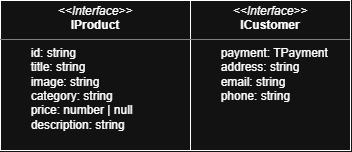
Earlier version of the draw.io export public/interfaces.png (viceede/weblarek). Source tidied: cells renumbered, new cells last; positions are measured from the earlier drawing's top-left corner, leaving out a move shared by most shapes. Source of this version:
```xml
<mxGraphModel>
  <root>
    <mxCell id="0" />
    <mxCell id="1" parent="0" />
    <mxCell id="2" value="&lt;p style=&quot;margin:0px;margin-top:4px;text-align:center;&quot;&gt;&lt;i&gt;&amp;lt;&amp;lt;Interface&amp;gt;&amp;gt;&lt;/i&gt;&lt;br&gt;&lt;b&gt;IProduct&lt;/b&gt;&lt;/p&gt;&lt;hr size=&quot;1&quot; style=&quot;border-style:solid;&quot;&gt;&lt;p style=&quot;margin:0px;margin-left:4px;&quot;&gt;&lt;span style=&quot;white-space: pre;&quot;&gt;&#9;&lt;/span&gt;id: string&lt;/p&gt;&lt;p style=&quot;margin:0px;margin-left:4px;&quot;&gt;&lt;span style=&quot;background-color: transparent; color: light-dark(rgb(0, 0, 0), rgb(255, 255, 255));&quot;&gt;&lt;span style=&quot;white-space: pre;&quot;&gt;&#9;&lt;/span&gt;title: string&lt;/span&gt;&lt;/p&gt;&lt;p style=&quot;margin:0px;margin-left:4px;&quot;&gt;&lt;span style=&quot;background-color: transparent; color: light-dark(rgb(0, 0, 0), rgb(255, 255, 255));&quot;&gt;&lt;span style=&quot;white-space: pre;&quot;&gt;&#9;&lt;/span&gt;image: string&lt;br&gt;&lt;/span&gt;&lt;/p&gt;&lt;p style=&quot;margin:0px;margin-left:4px;&quot;&gt;&lt;span style=&quot;background-color: transparent; color: light-dark(rgb(0, 0, 0), rgb(255, 255, 255));&quot;&gt;&lt;span style=&quot;white-space: pre;&quot;&gt;&#9;&lt;/span&gt;category: string&lt;br&gt;&lt;/span&gt;&lt;/p&gt;&lt;p style=&quot;margin:0px;margin-left:4px;&quot;&gt;&lt;span style=&quot;background-color: transparent; color: light-dark(rgb(0, 0, 0), rgb(255, 255, 255));&quot;&gt;&lt;span style=&quot;white-space: pre;&quot;&gt;&#9;&lt;/span&gt;price: number | null&lt;br&gt;&lt;/span&gt;&lt;/p&gt;&lt;p style=&quot;margin:0px;margin-left:4px;&quot;&gt;&lt;span style=&quot;background-color: transparent; color: light-dark(rgb(0, 0, 0), rgb(255, 255, 255));&quot;&gt;&lt;span style=&quot;white-space: pre;&quot;&gt;&#9;&lt;/span&gt;description: string&lt;br&gt;&lt;/span&gt;&lt;/p&gt;&lt;p style=&quot;margin:0px;margin-left:4px;&quot;&gt;&lt;span style=&quot;background-color: transparent; color: light-dark(rgb(0, 0, 0), rgb(255, 255, 255));&quot;&gt;&lt;span style=&quot;white-space: pre;&quot;&gt;&#9;&lt;/span&gt;&lt;br&gt;&lt;/span&gt;&lt;/p&gt;&lt;p style=&quot;margin:0px;margin-left:4px;&quot;&gt;&lt;br&gt;&lt;/p&gt;" style="verticalAlign=top;align=left;overflow=fill;html=1;whiteSpace=wrap;" parent="1" vertex="1">
      <mxGeometry width="190" height="150" as="geometry" />
    </mxCell>
    <mxCell id="3" value="&lt;p style=&quot;margin:0px;margin-top:4px;text-align:center;&quot;&gt;&lt;i&gt;&amp;lt;&amp;lt;Interface&amp;gt;&amp;gt;&lt;/i&gt;&lt;br&gt;&lt;b&gt;ICustomer&lt;/b&gt;&lt;/p&gt;&lt;hr size=&quot;1&quot; style=&quot;border-style:solid;&quot;&gt;&lt;p style=&quot;margin:0px;margin-left:4px;&quot;&gt;&lt;span style=&quot;white-space: pre;&quot;&gt;&#9;&lt;/span&gt;payment: TPayment&lt;br&gt;&lt;/p&gt;&lt;p style=&quot;margin:0px;margin-left:4px;&quot;&gt;&lt;span style=&quot;white-space: pre;&quot;&gt;&#9;&lt;/span&gt;address: string&lt;br&gt;&lt;/p&gt;&lt;p style=&quot;margin:0px;margin-left:4px;&quot;&gt;&lt;span style=&quot;white-space: pre;&quot;&gt;&#9;&lt;/span&gt;email: string&lt;br&gt;&lt;/p&gt;&lt;p style=&quot;margin:0px;margin-left:4px;&quot;&gt;&lt;span style=&quot;white-space: pre;&quot;&gt;&#9;&lt;/span&gt;phone: string&lt;br&gt;&lt;/p&gt;" style="verticalAlign=top;align=left;overflow=fill;html=1;whiteSpace=wrap;" parent="1" vertex="1">
      <mxGeometry x="190" width="160" height="150" as="geometry" />
    </mxCell>
  </root>
</mxGraphModel>
```
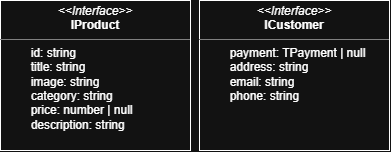
After the change.

What changed in the source:
```diff
@@ -2,11 +2,11 @@
   <root>
     <mxCell id="0" />
     <mxCell id="1" parent="0" />
-    <mxCell id="2" value="&lt;p style=&quot;margin:0px;margin-top:4px;text-align:center;&quot;&gt;&lt;i&gt;&amp;lt;&amp;lt;Interface&amp;gt;&amp;gt;&lt;/i&gt;&lt;br&gt;&lt;b&gt;IProduct&lt;/b&gt;&lt;/p&gt;&lt;hr size=&quot;1&quot; style=&quot;border-style:solid;&quot;&gt;&lt;p style=&quot;margin:0px;margin-left:4px;&quot;&gt;&lt;span style=&quot;white-space: pre;&quot;&gt;&#9;&lt;/span&gt;id: string&lt;/p&gt;&lt;p style=&quot;margin:0px;margin-left:4px;&quot;&gt;&lt;span style=&quot;background-color: transparent; color: light-dark(rgb(0, 0, 0), rgb(255, 255, 255));&quot;&gt;&lt;span style=&quot;white-space: pre;&quot;&gt;&#9;&lt;/span&gt;title: string&lt;/span&gt;&lt;/p&gt;&lt;p style=&quot;margin:0px;margin-left:4px;&quot;&gt;&lt;span style=&quot;background-color: transparent; color: light-dark(rgb(0, 0, 0), rgb(255, 255, 255));&quot;&gt;&lt;span style=&quot;white-space: pre;&quot;&gt;&#9;&lt;/span&gt;image: string&lt;br&gt;&lt;/span&gt;&lt;/p&gt;&lt;p style=&quot;margin:0px;margin-left:4px;&quot;&gt;&lt;span style=&quot;background-color: transparent; color: light-dark(rgb(0, 0, 0), rgb(255, 255, 255));&quot;&gt;&lt;span style=&quot;white-space: pre;&quot;&gt;&#9;&lt;/span&gt;category: string&lt;br&gt;&lt;/span&gt;&lt;/p&gt;&lt;p style=&quot;margin:0px;margin-left:4px;&quot;&gt;&lt;span style=&quot;background-color: transparent; color: light-dark(rgb(0, 0, 0), rgb(255, 255, 255));&quot;&gt;&lt;span style=&quot;white-space: pre;&quot;&gt;&#9;&lt;/span&gt;price: number | null&lt;br&gt;&lt;/span&gt;&lt;/p&gt;&lt;p style=&quot;margin:0px;margin-left:4px;&quot;&gt;&lt;span style=&quot;background-color: transparent; color: light-dark(rgb(0, 0, 0), rgb(255, 255, 255));&quot;&gt;&lt;span style=&quot;white-space: pre;&quot;&gt;&#9;&lt;/span&gt;description: string&lt;br&gt;&lt;/span&gt;&lt;/p&gt;&lt;p style=&quot;margin:0px;margin-left:4px;&quot;&gt;&lt;span style=&quot;background-color: transparent; color: light-dark(rgb(0, 0, 0), rgb(255, 255, 255));&quot;&gt;&lt;span style=&quot;white-space: pre;&quot;&gt;&#9;&lt;/span&gt;&lt;br&gt;&lt;/span&gt;&lt;/p&gt;&lt;p style=&quot;margin:0px;margin-left:4px;&quot;&gt;&lt;br&gt;&lt;/p&gt;" style="verticalAlign=top;align=left;overflow=fill;html=1;whiteSpace=wrap;" parent="1" vertex="1">
+    <mxCell id="2" value="&lt;p style=&quot;margin:0px;margin-top:4px;text-align:center;&quot;&gt;&lt;i&gt;&amp;lt;&amp;lt;Interface&amp;gt;&amp;gt;&lt;/i&gt;&lt;br&gt;&lt;b&gt;IProduct&lt;/b&gt;&lt;/p&gt;&lt;hr size=&quot;1&quot; style=&quot;border-style:solid;&quot;&gt;&lt;p style=&quot;margin:0px;margin-left:4px;&quot;&gt;&lt;span style=&quot;white-space: pre;&quot;&gt;&#9;&lt;/span&gt;id: string&lt;br&gt;&lt;/p&gt;&lt;p style=&quot;margin:0px;margin-left:4px;&quot;&gt;&lt;span style=&quot;white-space: pre;&quot;&gt;&#9;&lt;/span&gt;title: string&lt;br&gt;&lt;/p&gt;&lt;p style=&quot;margin:0px;margin-left:4px;&quot;&gt;&lt;span style=&quot;white-space: pre;&quot;&gt;&#9;&lt;/span&gt;image: string&lt;br&gt;&lt;/p&gt;&lt;p style=&quot;margin:0px;margin-left:4px;&quot;&gt;&lt;span style=&quot;white-space: pre;&quot;&gt;&#9;&lt;/span&gt;category: string&lt;br&gt;&lt;/p&gt;&lt;p style=&quot;margin:0px;margin-left:4px;&quot;&gt;&lt;span style=&quot;white-space: pre;&quot;&gt;&#9;&lt;/span&gt;price: number | null&lt;br&gt;&lt;/p&gt;&lt;p style=&quot;margin:0px;margin-left:4px;&quot;&gt;&lt;span style=&quot;white-space: pre;&quot;&gt;&#9;&lt;/span&gt;description: string&lt;br&gt;&lt;/p&gt;" style="verticalAlign=top;align=left;overflow=fill;html=1;whiteSpace=wrap;" parent="1" vertex="1">
       <mxGeometry width="190" height="150" as="geometry" />
     </mxCell>
-    <mxCell id="3" value="&lt;p style=&quot;margin:0px;margin-top:4px;text-align:center;&quot;&gt;&lt;i&gt;&amp;lt;&amp;lt;Interface&amp;gt;&amp;gt;&lt;/i&gt;&lt;br&gt;&lt;b&gt;ICustomer&lt;/b&gt;&lt;/p&gt;&lt;hr size=&quot;1&quot; style=&quot;border-style:solid;&quot;&gt;&lt;p style=&quot;margin:0px;margin-left:4px;&quot;&gt;&lt;span style=&quot;white-space: pre;&quot;&gt;&#9;&lt;/span&gt;payment: TPayment&lt;br&gt;&lt;/p&gt;&lt;p style=&quot;margin:0px;margin-left:4px;&quot;&gt;&lt;span style=&quot;white-space: pre;&quot;&gt;&#9;&lt;/span&gt;address: string&lt;br&gt;&lt;/p&gt;&lt;p style=&quot;margin:0px;margin-left:4px;&quot;&gt;&lt;span style=&quot;white-space: pre;&quot;&gt;&#9;&lt;/span&gt;email: string&lt;br&gt;&lt;/p&gt;&lt;p style=&quot;margin:0px;margin-left:4px;&quot;&gt;&lt;span style=&quot;white-space: pre;&quot;&gt;&#9;&lt;/span&gt;phone: string&lt;br&gt;&lt;/p&gt;" style="verticalAlign=top;align=left;overflow=fill;html=1;whiteSpace=wrap;" parent="1" vertex="1">
-      <mxGeometry x="190" width="160" height="150" as="geometry" />
-    </mxCell>
+    <mxCell id="4" value="&lt;p style=&quot;margin:0px;margin-top:4px;text-align:center;&quot;&gt;&lt;i&gt;&amp;lt;&amp;lt;Interface&amp;gt;&amp;gt;&lt;/i&gt;&lt;br&gt;&lt;b&gt;ICustomer&lt;/b&gt;&lt;/p&gt;&lt;hr size=&quot;1&quot; style=&quot;border-style:solid;&quot;&gt;&lt;p style=&quot;margin:0px;margin-left:4px;&quot;&gt;&lt;span style=&quot;white-space: pre;&quot;&gt;&#9;&lt;/span&gt;payment: TPayment | null&lt;/p&gt;&lt;p style=&quot;margin:0px;margin-left:4px;&quot;&gt;&lt;span style=&quot;white-space: pre;&quot;&gt;&#9;&lt;/span&gt;address: string&lt;br&gt;&lt;/p&gt;&lt;p style=&quot;margin:0px;margin-left:4px;&quot;&gt;&lt;span style=&quot;white-space: pre;&quot;&gt;&#9;&lt;/span&gt;email: string&lt;br&gt;&lt;/p&gt;&lt;p style=&quot;margin:0px;margin-left:4px;&quot;&gt;&lt;span style=&quot;white-space: pre;&quot;&gt;&#9;&lt;/span&gt;phone: string&lt;br&gt;&lt;/p&gt;" style="verticalAlign=top;align=left;overflow=fill;html=1;whiteSpace=wrap;" parent="1" vertex="1">
+      <mxGeometry x="199" width="190" height="150" as="geometry" />
+    </mxCell>
   </root>
 </mxGraphModel>
```
